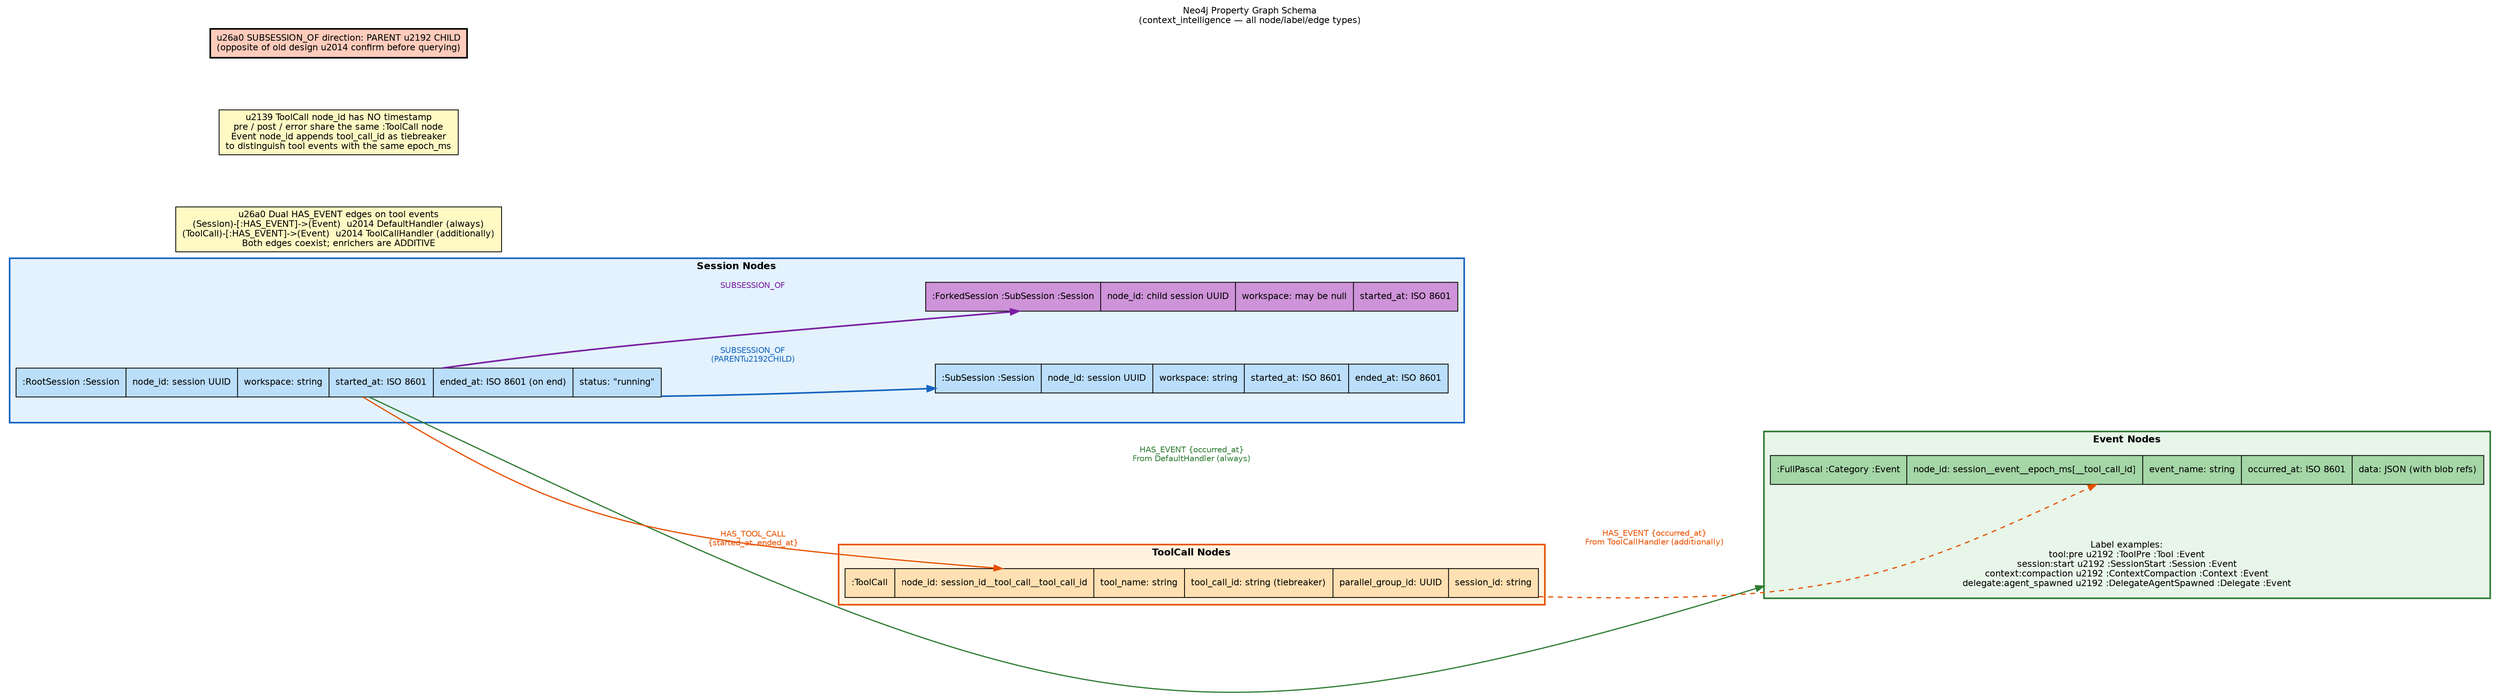
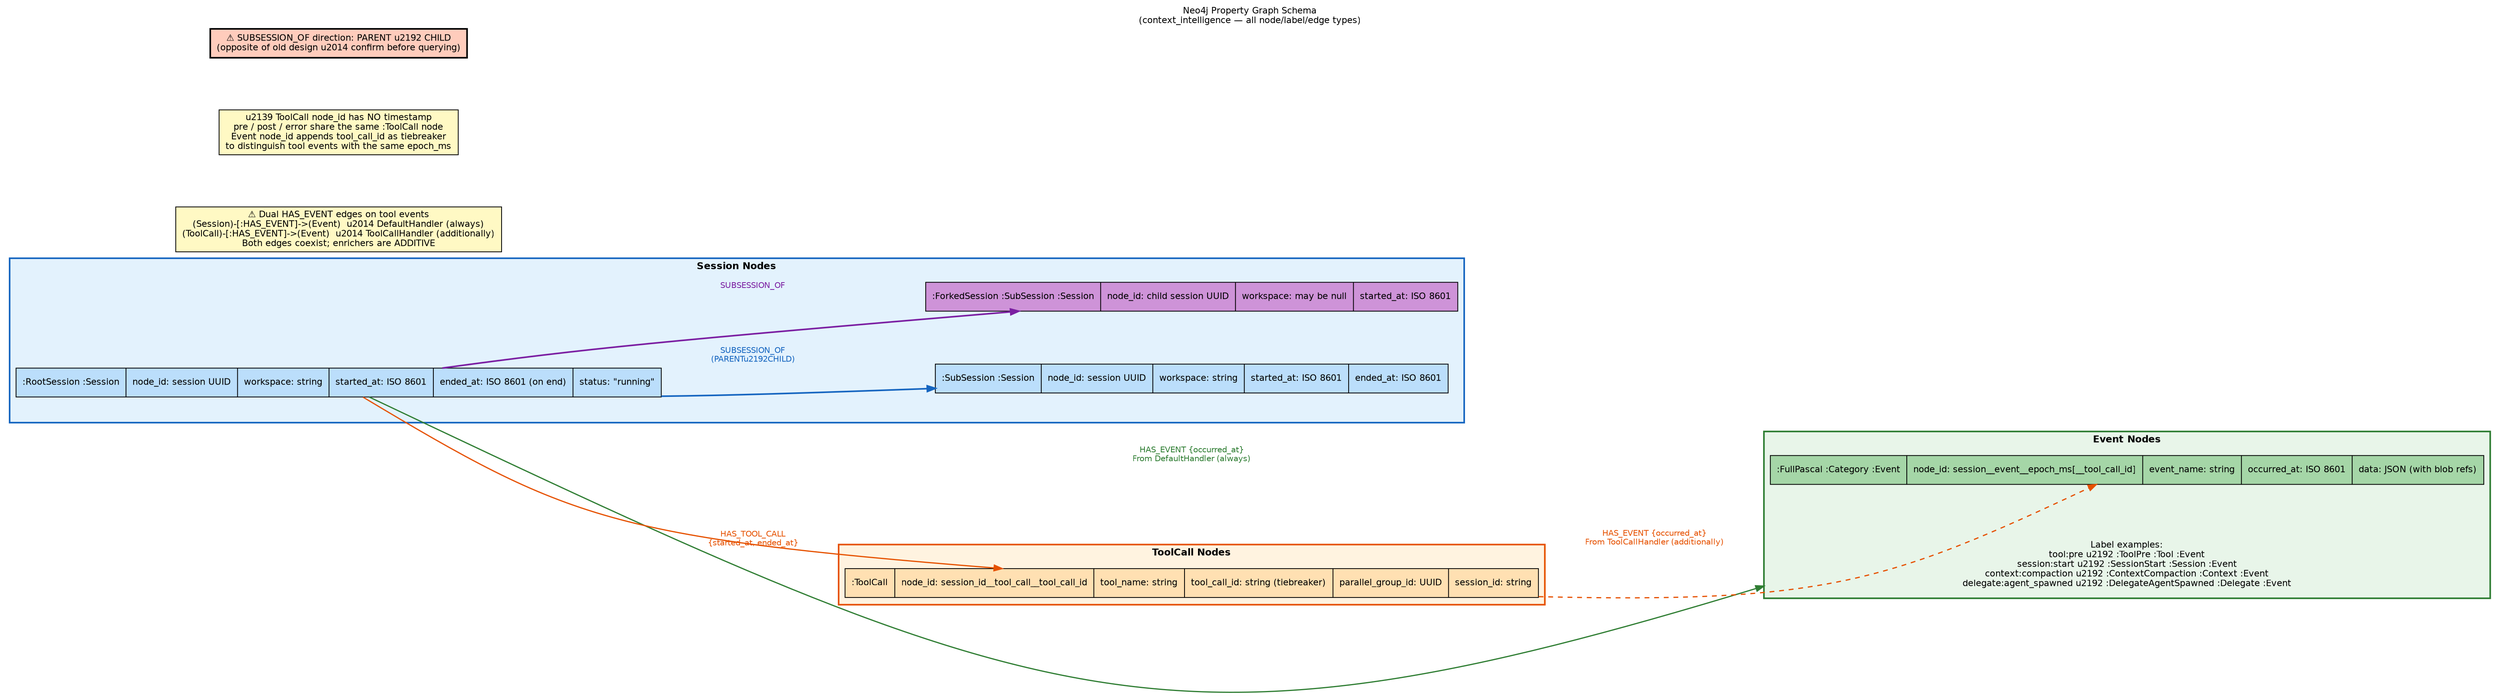
digraph graph_model {
    // ── Global defaults ───────────────────────────────────────────────────────
    graph [
        rankdir   = LR
        compound  = true
        splines   = curved
        nodesep   = 0.9
        ranksep   = 1.6
        fontname  = "Helvetica"
        fontsize  = 11
        label     = "Neo4j Property Graph Schema\n(context_intelligence — all node/label/edge types)"
        labelloc  = t
        labeljust = c
    ]
    node [
        fontname = "Helvetica"
        fontsize = 11
        style    = "filled,rounded"
        shape    = box
    ]
    edge [
        fontname = "Helvetica"
        fontsize = 10
    ]

    // ── Sessions cluster ──────────────────────────────────────────────────────
    subgraph cluster_sessions {
        graph [
            label     = "Session Nodes"
            fontname  = "Helvetica-Bold"
            fontsize  = 12
            style     = filled
            color     = "#1565C0"
            fillcolor = "#E3F2FD"
            penwidth  = 2
        ]

        RootSession [
            shape     = record
            style     = filled
            fillcolor = "#BBDEFB"
            label     = "{ :RootSession :Session | node_id: session UUID | workspace: string | started_at: ISO 8601 | ended_at: ISO 8601 (on end) | status: \"running\" }"
        ]

        SubSession [
            shape     = record
            style     = filled
            fillcolor = "#BBDEFB"
            label     = "{ :SubSession :Session | node_id: session UUID | workspace: string | started_at: ISO 8601 | ended_at: ISO 8601 }"
        ]

        ForkedSession [
            shape     = record
            style     = filled
            fillcolor = "#CE93D8"
            label     = "{ :ForkedSession :SubSession :Session | node_id: child session UUID | workspace: may be null | started_at: ISO 8601 }"
        ]
    }

    // ── Events cluster ────────────────────────────────────────────────────────
    subgraph cluster_events {
        graph [
            label     = "Event Nodes"
            fontname  = "Helvetica-Bold"
            fontsize  = 12
            style     = filled
            color     = "#2E7D32"
            fillcolor = "#E8F5E9"
            penwidth  = 2
        ]

        EventNode [
            shape     = record
            style     = filled
            fillcolor = "#A5D6A7"
            label     = "{ :FullPascal :Category :Event | node_id: session__event__epoch_ms[__tool_call_id] | event_name: string | occurred_at: ISO 8601 | data: JSON (with blob refs) }"
        ]

        EventExamples [
            shape     = plaintext
            style     = ""
            fillcolor = "transparent"
            label     = "Label examples:\ntool:pre \u2192 :ToolPre :Tool :Event\nsession:start \u2192 :SessionStart :Session :Event\ncontext:compaction \u2192 :ContextCompaction :Context :Event\ndelegate:agent_spawned \u2192 :DelegateAgentSpawned :Delegate :Event"
        ]
    }

    // ── ToolCall cluster ──────────────────────────────────────────────────────
    subgraph cluster_toolcall {
        graph [
            label     = "ToolCall Nodes"
            fontname  = "Helvetica-Bold"
            fontsize  = 12
            style     = filled
            color     = "#E65100"
            fillcolor = "#FFF3E0"
            penwidth  = 2
        ]

        ToolCall [
            shape     = record
            style     = filled
            fillcolor = "#FFE0B2"
            label     = "{ :ToolCall | node_id: session_id__tool_call__tool_call_id | tool_name: string | tool_call_id: string (tiebreaker) | parallel_group_id: UUID | session_id: string }"
        ]
    }

    // ── Note nodes ────────────────────────────────────────────────────────────
    note_dual_edge [
        shape     = box
        style     = filled
        fillcolor = "#FFF9C4"
-         label     = "\u26a0 Dual HAS_EVENT edges on tool events\n(Session)-[:HAS_EVENT]->(Event)  \u2014 DefaultHandler (always)\n(ToolCall)-[:HAS_EVENT]->(Event)  \u2014 ToolCallHandler (additionally)\nBoth edges coexist; enrichers are ADDITIVE"
+         label     = "⚠ Dual HAS_EVENT edges on tool events\n(Session)-[:HAS_EVENT]->(Event)  \u2014 DefaultHandler (always)\n(ToolCall)-[:HAS_EVENT]->(Event)  \u2014 ToolCallHandler (additionally)\nBoth edges coexist; enrichers are ADDITIVE"
    ]

    note_tiebreaker [
        shape     = box
        style     = filled
        fillcolor = "#FFF9C4"
        label     = "\u2139 ToolCall node_id has NO timestamp\npre / post / error share the same :ToolCall node\nEvent node_id appends tool_call_id as tiebreaker\nto distinguish tool events with the same epoch_ms"
    ]

    note_direction [
        shape     = box
        style     = filled
        fillcolor = "#FFCCBC"
        penwidth  = 2
-         label     = "\u26a0 SUBSESSION_OF direction: PARENT \u2192 CHILD\n(opposite of old design \u2014 confirm before querying)"
+         label     = "⚠ SUBSESSION_OF direction: PARENT \u2192 CHILD\n(opposite of old design \u2014 confirm before querying)"
    ]

    // ── Edges ─────────────────────────────────────────────────────────────────
    RootSession -> SubSession [
        label     = "SUBSESSION_OF\n(PARENT\u2192CHILD)"
        color     = "#1565C0"
        fontcolor = "#1565C0"
        penwidth  = 2
    ]

    RootSession -> ForkedSession [
        label     = "SUBSESSION_OF"
        color     = "#7B1FA2"
        fontcolor = "#7B1FA2"
        penwidth  = 2
    ]

    RootSession -> EventNode [
        label     = "HAS_EVENT {occurred_at}\nFrom DefaultHandler (always)"
        color     = "#2E7D32"
        fontcolor = "#2E7D32"
        penwidth  = 1.5
        lhead     = cluster_events
    ]

    RootSession -> ToolCall [
        label     = "HAS_TOOL_CALL\n{started_at, ended_at}"
        color     = "#E65100"
        fontcolor = "#E65100"
        penwidth  = 1.5
    ]

    ToolCall -> EventNode [
        label     = "HAS_EVENT {occurred_at}\nFrom ToolCallHandler (additionally)"
        color     = "#E65100"
        fontcolor = "#E65100"
        style     = dashed
        penwidth  = 1.5
    ]
}
